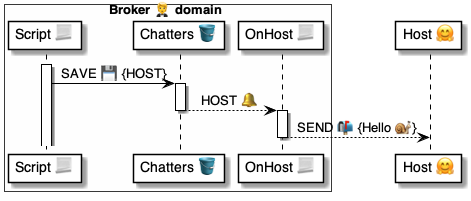
Above: 4 ⚙️ Solution/20 🧑‍🦰 UI/Brokers 🤵/🤵🪣 Broker tables/Chatters 👥 table/🪣🔔 3 Host/🤵 OnChatterHost ⚙️ uml.png in pollyweb-org/pollyweb-docs (PlantUML), before the change. Its source is kept beside it as 4 ⚙️ Solution/20 🧑‍🦰 UI/Brokers 🤵/🤵🪣 Broker tables/Chatters 👥 table/🪣🔔 3 Host/🤵 OnChatterHost ⚙️ uml.puml.
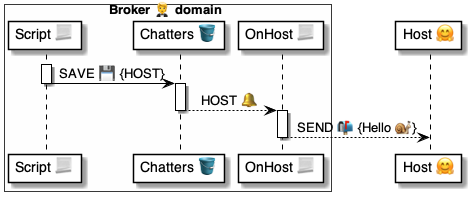
Later version of the same file.

Diff of the diagram source:
```diff
@@ -11,6 +11,7 @@
 
 activate script
     script -> table: SAVE 💾 {HOST}
+deactivate script
 
 activate table
     table --> handler: HOST 🔔
```
